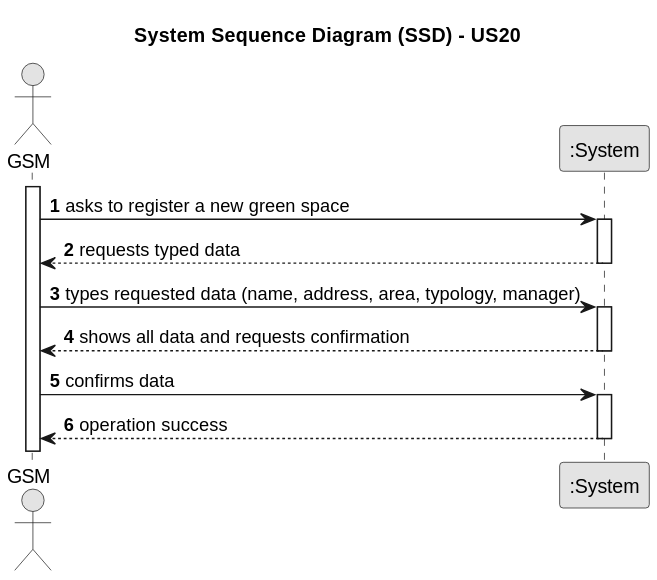
This is docs/sprintC/US020/01.requirements-engineering/svg/us20-system-sequence-diagram.svg from LopemigueISEP/lei-24-s2-1nb-g312, a PlantUML export, as it was before one commit.
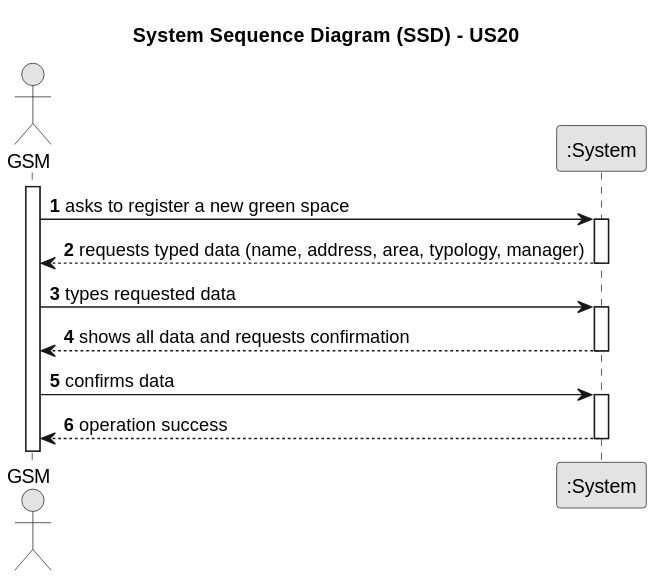
The same file after the commit.

Change to the diagram source:
```diff
@@ -15,10 +15,10 @@
     GSM -> System : asks to register a new green space
     activate System
 
-        System --> GSM : requests typed data
+        System --> GSM : requests typed data (name, address, area, typology, manager)
     deactivate System
 
-    GSM -> System : types requested data (name, address, area, typology, manager)
+    GSM -> System : types requested data
     activate System
 
 
```
